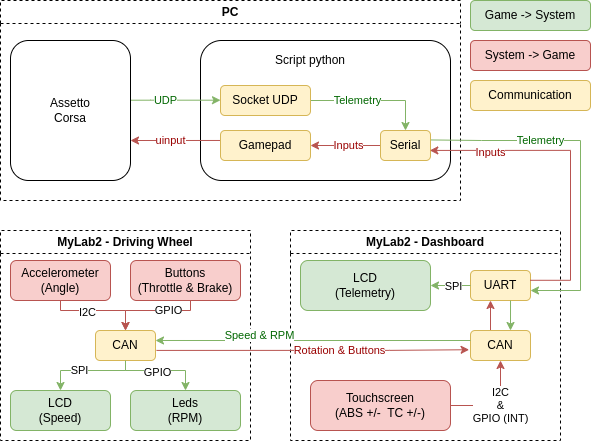
This is Report/Images/architecture.drawio.png from J-Bch/Asseto_Corsa_Mylab_Controller, a draw.io export, as it was before one commit. Source tidied: cells renumbered, new cells last; positions are measured from the earlier drawing's top-left corner, leaving out a move shared by most shapes.
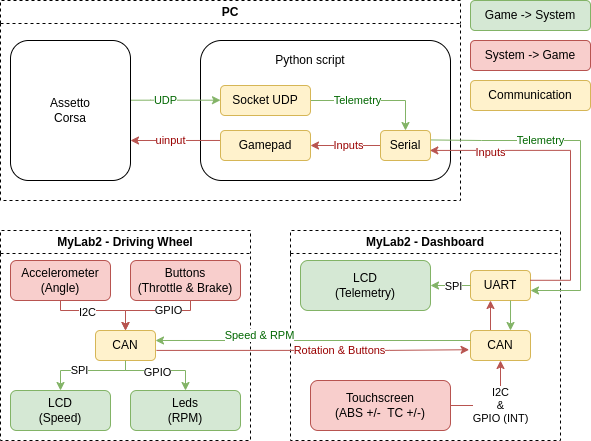
Above is the later version.

Commit message:
script python -> python script

The edit, as a diff of the source:
```diff
@@ -56,7 +56,7 @@
     <mxCell id="12" value="Gamepad" style="rounded=1;whiteSpace=wrap;html=1;fillColor=#fff2cc;strokeColor=#d6b656;" parent="2" vertex="1">
       <mxGeometry x="220" y="130" width="90" height="30" as="geometry" />
     </mxCell>
-    <mxCell id="13" value="Script python" style="text;html=1;align=center;verticalAlign=middle;whiteSpace=wrap;rounded=0;" parent="2" vertex="1">
+    <mxCell id="13" value="Python script" style="text;html=1;align=center;verticalAlign=middle;whiteSpace=wrap;rounded=0;" parent="2" vertex="1">
       <mxGeometry x="235" y="45" width="150" height="30" as="geometry" />
     </mxCell>
     <mxCell id="14" style="edgeStyle=orthogonalEdgeStyle;rounded=0;jettySize=auto;html=1;entryX=1;entryY=0.5;entryDx=0;entryDy=0;fillColor=#f8cecc;strokeColor=#b85450;" parent="2" edge="1" source="16" target="12">
```
